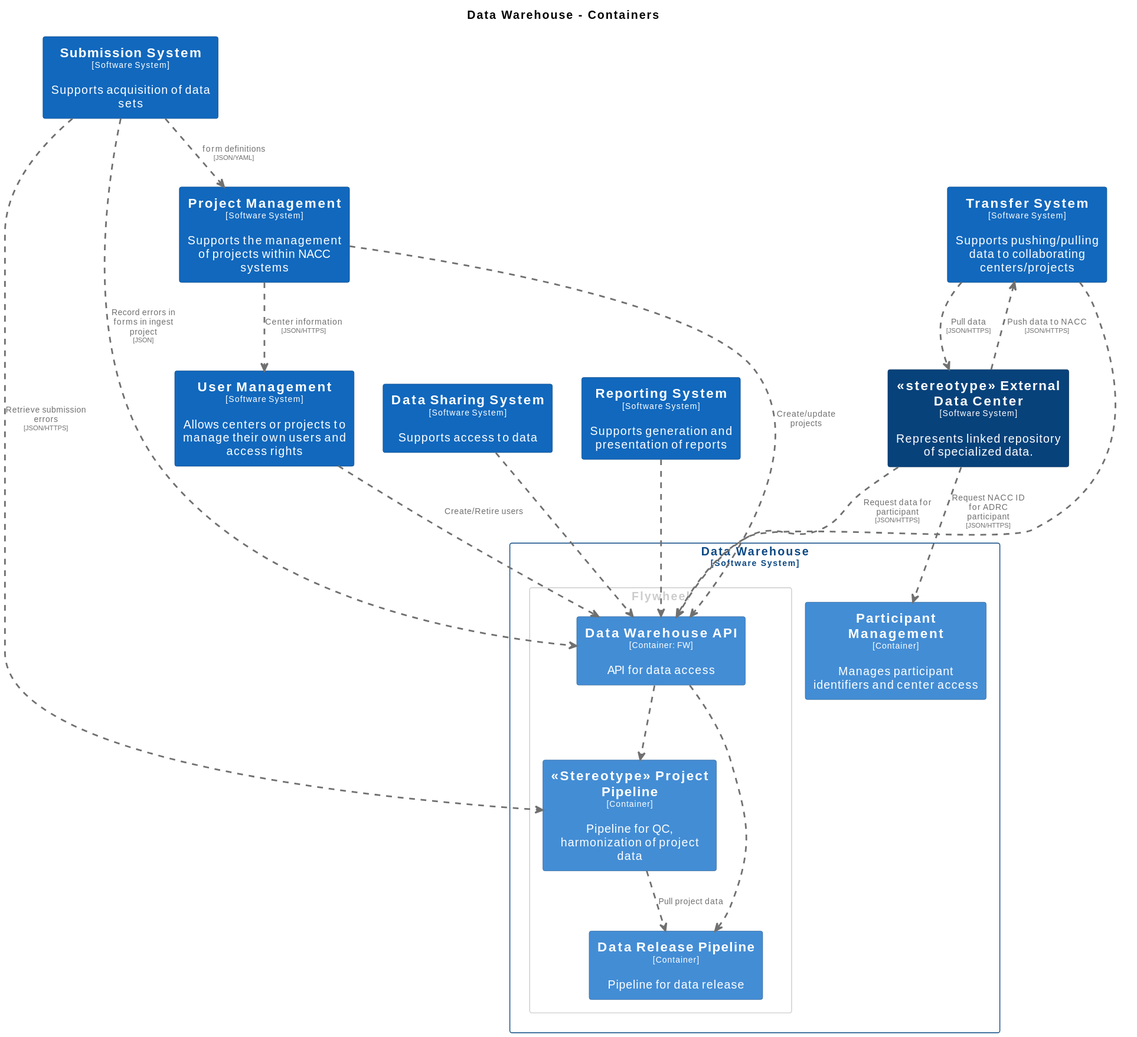
Above: docs/images/structurizr-WarehouseContainers.svg in naccdata/system-design (PlantUML), before the change.
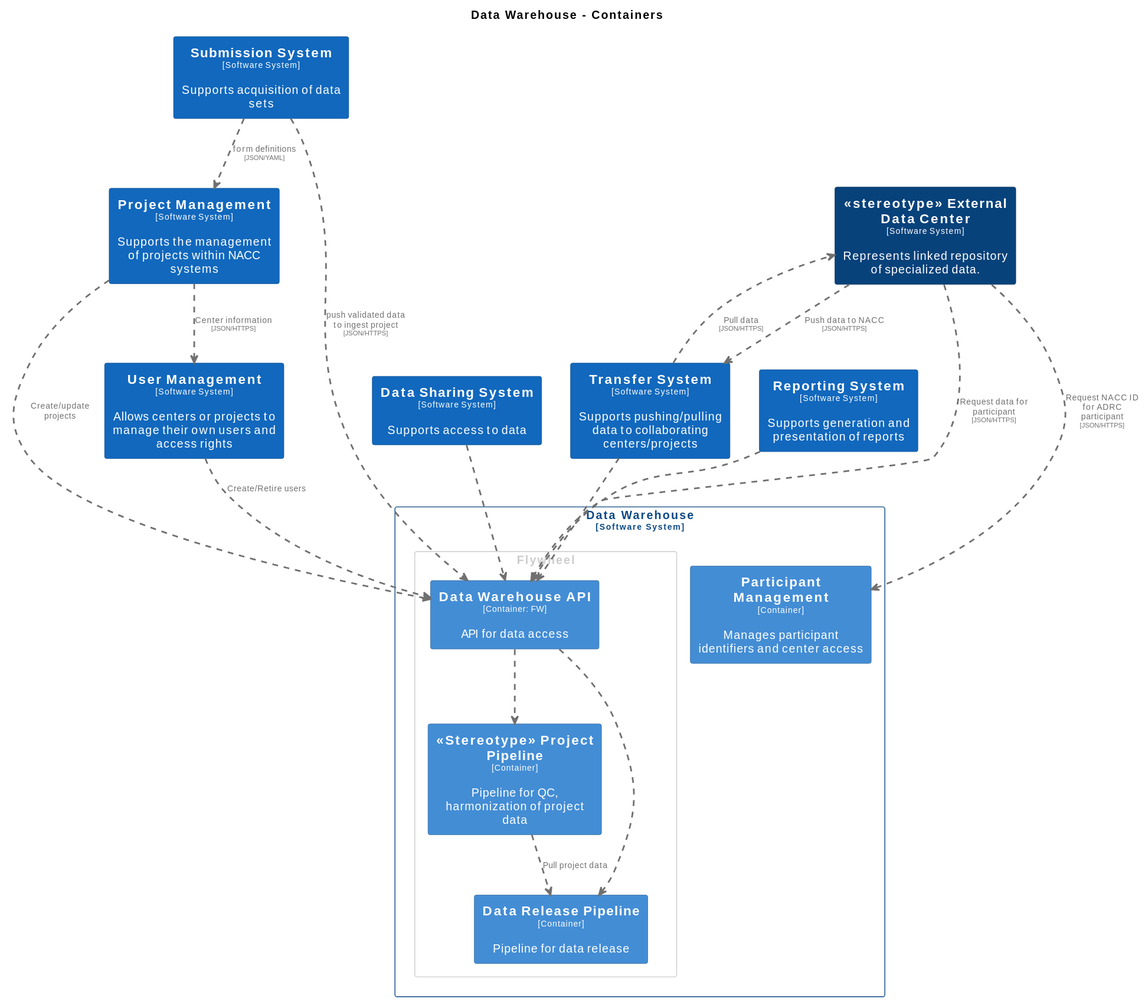
Above is the later version.

The edit, as a diff of the source:
```diff
@@ -70,13 +70,13 @@
   BorderColor #0b4884
 }
 
+rectangle "==Reporting System\n<size:10>[Software System]</size>\n\nSupports generation and presentation of reports" <<ReportingSystem>> as ReportingSystem
 rectangle "==Submission System\n<size:10>[Software System]</size>\n\nSupports acquisition of data sets" <<SubmissionSystem>> as SubmissionSystem
 rectangle "==User Management\n<size:10>[Software System]</size>\n\nAllows centers or projects to manage their own users and access rights" <<UserManagement>> as UserManagement
 rectangle "==Project Management\n<size:10>[Software System]</size>\n\nSupports the management of projects within NACC systems" <<ProjectManagement>> as ProjectManagement
 rectangle "==Data Sharing System\n<size:10>[Software System]</size>\n\nSupports access to data" <<DataSharingSystem>> as DataSharingSystem
-rectangle "==Reporting System\n<size:10>[Software System]</size>\n\nSupports generation and presentation of reports" <<ReportingSystem>> as ReportingSystem
+rectangle "==<<stereotype>> External Data Center\n<size:10>[Software System]</size>\n\nRepresents linked repository of specialized data." <<stereotypeExternalDataCenter>> as stereotypeExternalDataCenter
 rectangle "==Transfer System\n<size:10>[Software System]</size>\n\nSupports pushing/pulling data to collaborating centers/projects" <<TransferSystem>> as TransferSystem
-rectangle "==<<stereotype>> External Data Center\n<size:10>[Software System]</size>\n\nRepresents linked repository of specialized data." <<stereotypeExternalDataCenter>> as stereotypeExternalDataCenter
 
 rectangle "Data Warehouse\n<size:10>[Software System]</size>" <<DataWarehouse>> {
   skinparam RectangleBorderColor<<DataWarehouse>> #0b4884
@@ -99,15 +99,14 @@
 DataWarehouse.StereotypeProjectPipeline .[#707070,thickness=2].> DataWarehouse.DataReleasePipeline : "<color:#707070>Pull project data"
 stereotypeExternalDataCenter .[#707070,thickness=2].> DataWarehouse.ParticipantManagement : "<color:#707070>Request NACC ID for ADRC participant\n<color:#707070><size:8>[JSON/HTTPS]</size>"
 stereotypeExternalDataCenter .[#707070,thickness=2].> DataWarehouse.DataWarehouseAPI : "<color:#707070>Request data for participant\n<color:#707070><size:8>[JSON/HTTPS]</size>"
+stereotypeExternalDataCenter .[#707070,thickness=2].> TransferSystem : "<color:#707070>Push data to NACC\n<color:#707070><size:8>[JSON/HTTPS]</size>"
 DataWarehouse.DataWarehouseAPI .[#707070,thickness=2].> DataWarehouse.StereotypeProjectPipeline : "<color:#707070>"
-stereotypeExternalDataCenter .[#707070,thickness=2].> TransferSystem : "<color:#707070>Push data to NACC\n<color:#707070><size:8>[JSON/HTTPS]</size>"
 TransferSystem .[#707070,thickness=2].> stereotypeExternalDataCenter : "<color:#707070>Pull data\n<color:#707070><size:8>[JSON/HTTPS]</size>"
 DataWarehouse.DataWarehouseAPI .[#707070,thickness=2].> DataWarehouse.DataReleasePipeline : "<color:#707070>"
 UserManagement .[#707070,thickness=2].> DataWarehouse.DataWarehouseAPI : "<color:#707070>Create/Retire users"
 ProjectManagement .[#707070,thickness=2].> UserManagement : "<color:#707070>Center information\n<color:#707070><size:8>[JSON/HTTPS]</size>"
 ProjectManagement .[#707070,thickness=2].> DataWarehouse.DataWarehouseAPI : "<color:#707070>Create/update projects"
-SubmissionSystem .[#707070,thickness=2].> DataWarehouse.DataWarehouseAPI : "<color:#707070>Record errors in forms in ingest project\n<color:#707070><size:8>[JSON]</size>"
 SubmissionSystem .[#707070,thickness=2].> ProjectManagement : "<color:#707070>form definitions\n<color:#707070><size:8>[JSON/YAML]</size>"
-SubmissionSystem .[#707070,thickness=2].> DataWarehouse.StereotypeProjectPipeline : "<color:#707070>Retrieve submission errors\n<color:#707070><size:8>[JSON/HTTPS]</size>"
+SubmissionSystem .[#707070,thickness=2].> DataWarehouse.DataWarehouseAPI : "<color:#707070>push validated data to ingest project\n<color:#707070><size:8>[JSON/HTTPS]</size>"
 TransferSystem .[#707070,thickness=2].> DataWarehouse.DataWarehouseAPI : "<color:#707070>"
 @enduml
```
